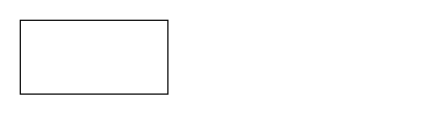
Earlier version of the draw.io diagram 未命名绘图.drawio (HuangCongQing/LaTeX). Source tidied: cells renumbered, new cells numbered last; positions are measured from the earlier drawing's top-left corner, leaving out a move shared by most shapes. Both pictures are drawn from the tidied source at 123%, with x=0, y=0 at pixel (20, 20).
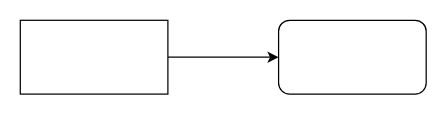
The same page after the edit.

Commit message:
更新未命名绘图.drawio

The edit, as a diff of the source:
```diff
@@
 <mxGraphModel>
   <root>
     <mxCell id="0" />
     <mxCell id="1" parent="0" />
+    <mxCell id="3" style="edgeStyle=orthogonalEdgeStyle;rounded=0;jettySize=auto;html=1;" parent="1" edge="1" source="2" target="4">
+      <mxGeometry relative="1" as="geometry" />
+    </mxCell>
     <mxCell id="2" style="rounded=0;whiteSpace=wrap;html=1;" parent="1" vertex="1">
       <mxGeometry width="120" height="60" as="geometry" />
     </mxCell>
+    <mxCell id="4" style="rounded=1;whiteSpace=wrap;html=1;" parent="1" vertex="1">
+      <mxGeometry x="210" width="120" height="60" as="geometry" />
+    </mxCell>
   </root>
 </mxGraphModel>
```
